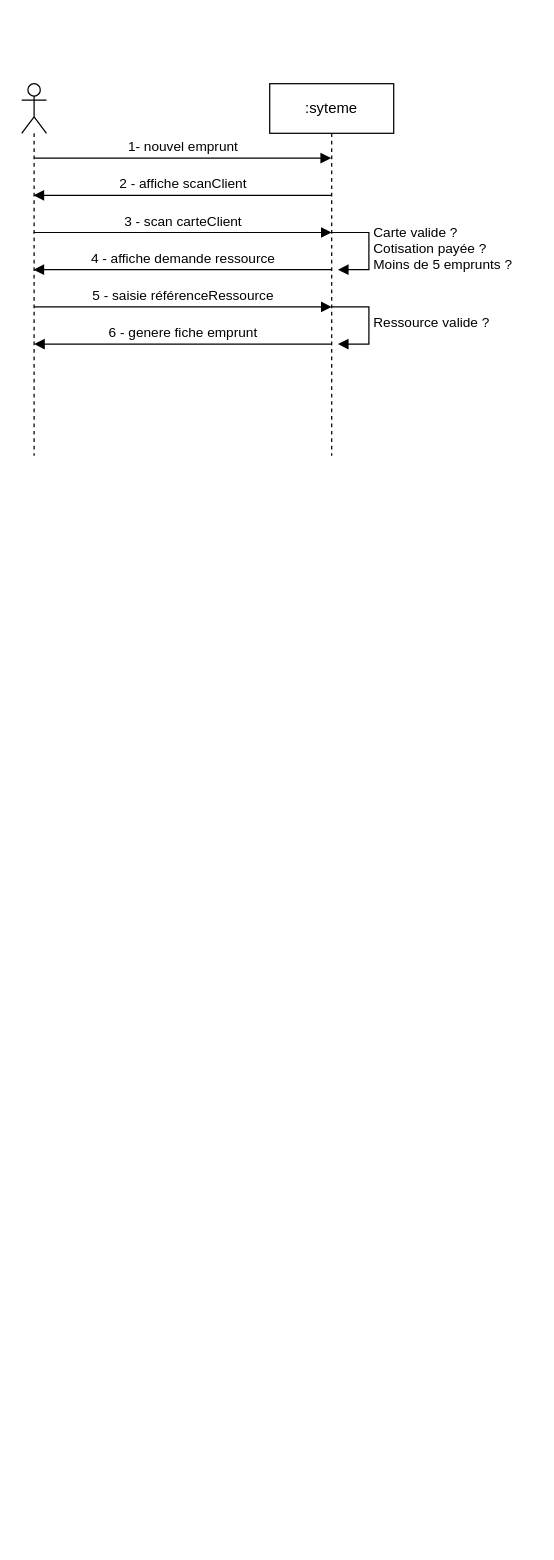
The draw.io diagram composants_interface/maquette/sequence.drawio in LdxPierre/CDAExercice, before the edit. Source tidied: cells renumbered, new cells numbered last; positions are measured from the earlier drawing's top-left corner, leaving out a move shared by most shapes. Both pictures are drawn from the tidied source at 124%, with x=0, y=0 at pixel (21, 83).
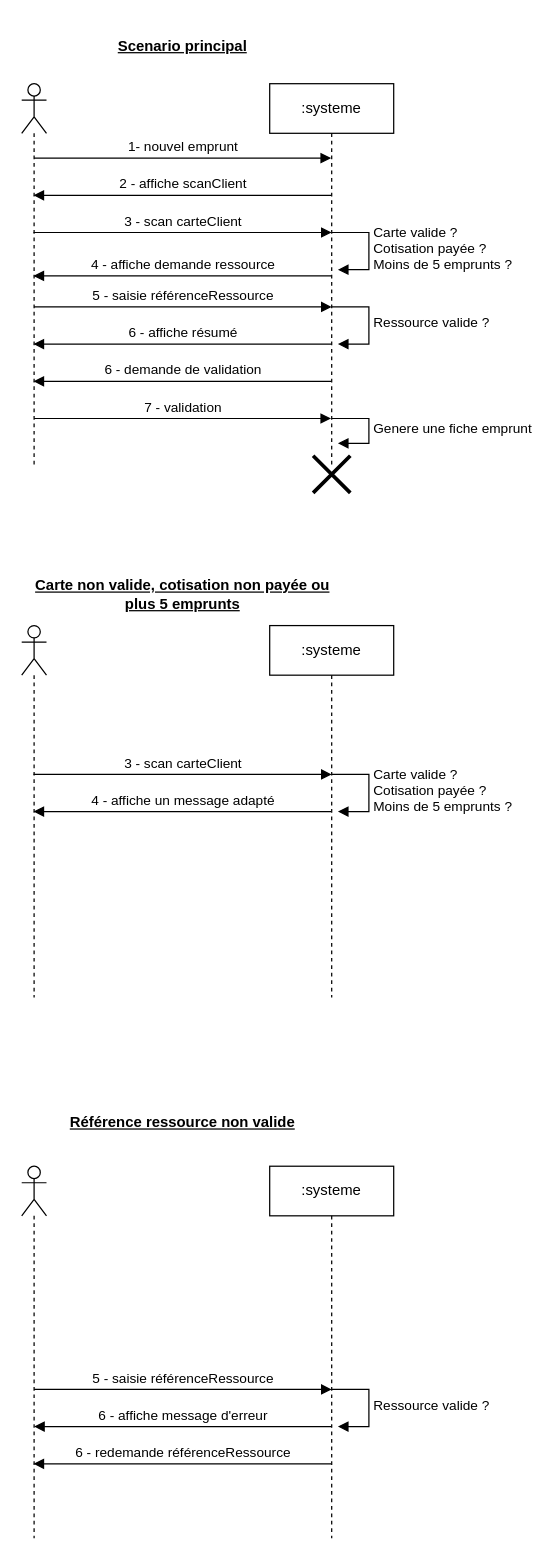
The same page after the edit.

Diff of the diagram source:
```diff
@@
-    <mxCell id="2" value=":syteme" style="shape=umlLifeline;perimeter=lifelinePerimeter;whiteSpace=wrap;html=1;outlineConnect=0;portConstraint=eastwest;newEdgeStyle={&quot;edgeStyle&quot;:&quot;elbowEdgeStyle&quot;,&quot;elbow&quot;:&quot;vertical&quot;,&quot;curved&quot;:0,&quot;rounded&quot;:0};" parent="1" vertex="1">
-      <mxGeometry x="200" width="100" height="300" as="geometry" />
+    <mxCell id="2" value=":systeme" style="shape=umlLifeline;perimeter=lifelinePerimeter;whiteSpace=wrap;html=1;outlineConnect=0;portConstraint=eastwest;newEdgeStyle={&quot;edgeStyle&quot;:&quot;elbowEdgeStyle&quot;,&quot;elbow&quot;:&quot;vertical&quot;,&quot;curved&quot;:0,&quot;rounded&quot;:0};" parent="1" vertex="1">
+      <mxGeometry x="200" width="100" height="310" as="geometry" />
     </mxCell>
     <mxCell id="3" style="shape=umlLifeline;perimeter=lifelinePerimeter;whiteSpace=wrap;html=1;outlineConnect=0;portConstraint=eastwest;newEdgeStyle={&quot;edgeStyle&quot;:&quot;elbowEdgeStyle&quot;,&quot;elbow&quot;:&quot;vertical&quot;,&quot;curved&quot;:0,&quot;rounded&quot;:0};participant=umlActor;" parent="1" vertex="1">
-      <mxGeometry width="20" height="300" as="geometry" />
+      <mxGeometry width="20" height="310" as="geometry" />
     </mxCell>
@@
     <mxCell id="8" value="4 - affiche demande ressource" style="html=1;verticalAlign=bottom;endArrow=block;edgeStyle=elbowEdgeStyle;elbow=vertical;curved=0;rounded=0;" parent="1" edge="1" source="2" target="3">
-      <mxGeometry relative="1" as="geometry" />
+      <mxGeometry relative="1" as="geometry">
+        <Array as="points">
+          <mxPoint x="230" y="150" />
+        </Array>
+      </mxGeometry>
     </mxCell>
@@
-    <mxCell id="11" value="6 - genere fiche emprunt" style="html=1;verticalAlign=bottom;endArrow=block;edgeStyle=elbowEdgeStyle;elbow=vertical;curved=0;rounded=0;" parent="1" edge="1">
-      <mxGeometry relative="1" as="geometry">
-        <mxPoint x="250" y="210" as="sourcePoint" />
-        <mxPoint x="10" y="210" as="targetPoint" />
-        <Array as="points">
-          <mxPoint x="130" y="210" />
-        </Array>
-      </mxGeometry>
-    </mxCell>
+    <mxCell id="12" value=":systeme" style="shape=umlLifeline;perimeter=lifelinePerimeter;whiteSpace=wrap;html=1;outlineConnect=0;portConstraint=eastwest;newEdgeStyle={&quot;edgeStyle&quot;:&quot;elbowEdgeStyle&quot;,&quot;elbow&quot;:&quot;vertical&quot;,&quot;curved&quot;:0,&quot;rounded&quot;:0};" parent="1" vertex="1">
+      <mxGeometry x="200" y="437" width="100" height="300" as="geometry" />
+    </mxCell>
+    <mxCell id="13" style="shape=umlLifeline;perimeter=lifelinePerimeter;whiteSpace=wrap;html=1;outlineConnect=0;portConstraint=eastwest;newEdgeStyle={&quot;edgeStyle&quot;:&quot;elbowEdgeStyle&quot;,&quot;elbow&quot;:&quot;vertical&quot;,&quot;curved&quot;:0,&quot;rounded&quot;:0};participant=umlActor;" parent="1" vertex="1">
+      <mxGeometry y="437" width="20" height="300" as="geometry" />
+    </mxCell>
+    <mxCell id="14" value="3 - scan carteClient" style="html=1;verticalAlign=bottom;endArrow=block;edgeStyle=elbowEdgeStyle;elbow=vertical;curved=0;rounded=0;" parent="1" edge="1" source="13">
+      <mxGeometry relative="1" as="geometry">
+        <mxPoint x="250" y="557" as="targetPoint" />
+        <Array as="points">
+          <mxPoint x="110" y="557" />
+        </Array>
+      </mxGeometry>
+    </mxCell>
+    <mxCell id="15" value="&lt;div&gt;Carte valide ?&lt;/div&gt;&lt;div&gt;Cotisation payée ?&lt;br&gt;&lt;/div&gt;&lt;div&gt;Moins de 5 emprunts ?&lt;/div&gt;" style="html=1;align=left;spacingLeft=2;endArrow=block;rounded=0;edgeStyle=orthogonalEdgeStyle;curved=0;rounded=0;" parent="1" edge="1">
+      <mxGeometry relative="1" as="geometry">
+        <mxPoint x="250" y="557" as="sourcePoint" />
+        <mxPoint x="255" y="587" as="targetPoint" />
+        <Array as="points">
+          <mxPoint x="280" y="587" />
+        </Array>
+      </mxGeometry>
+    </mxCell>
+    <mxCell id="16" value="4 - affiche un message adapté" style="html=1;verticalAlign=bottom;endArrow=block;edgeStyle=elbowEdgeStyle;elbow=vertical;curved=0;rounded=0;" parent="1" edge="1" source="12" target="13">
+      <mxGeometry relative="1" as="geometry" />
+    </mxCell>
+    <mxCell id="17" value="Scenario principal" style="text;html=1;strokeColor=none;fillColor=none;align=center;verticalAlign=middle;whiteSpace=wrap;rounded=0;fontStyle=5;" parent="1" vertex="1">
+      <mxGeometry x="10" y="-50" width="240" height="40" as="geometry" />
+    </mxCell>
+    <mxCell id="18" value="Carte non valide, cotisation non payée ou plus 5 emprunts" style="text;html=1;strokeColor=none;fillColor=none;align=center;verticalAlign=middle;whiteSpace=wrap;rounded=0;fontStyle=5;" parent="1" vertex="1">
+      <mxGeometry y="397" width="260" height="30" as="geometry" />
+    </mxCell>
+    <mxCell id="19" value=":systeme" style="shape=umlLifeline;perimeter=lifelinePerimeter;whiteSpace=wrap;html=1;outlineConnect=0;portConstraint=eastwest;newEdgeStyle={&quot;edgeStyle&quot;:&quot;elbowEdgeStyle&quot;,&quot;elbow&quot;:&quot;vertical&quot;,&quot;curved&quot;:0,&quot;rounded&quot;:0};" parent="1" vertex="1">
+      <mxGeometry x="200" y="873" width="100" height="300" as="geometry" />
+    </mxCell>
+    <mxCell id="20" style="shape=umlLifeline;perimeter=lifelinePerimeter;whiteSpace=wrap;html=1;outlineConnect=0;portConstraint=eastwest;newEdgeStyle={&quot;edgeStyle&quot;:&quot;elbowEdgeStyle&quot;,&quot;elbow&quot;:&quot;vertical&quot;,&quot;curved&quot;:0,&quot;rounded&quot;:0};participant=umlActor;" parent="1" vertex="1">
+      <mxGeometry y="873" width="20" height="300" as="geometry" />
+    </mxCell>
+    <mxCell id="21" value="5 - saisie référenceRessource" style="html=1;verticalAlign=bottom;endArrow=block;edgeStyle=elbowEdgeStyle;elbow=vertical;curved=0;rounded=0;" parent="1" edge="1">
+      <mxGeometry relative="1" as="geometry">
+        <mxPoint x="10" y="1053" as="sourcePoint" />
+        <mxPoint x="250" y="1053" as="targetPoint" />
+        <Array as="points">
+          <mxPoint x="110" y="1053" />
+        </Array>
+      </mxGeometry>
+    </mxCell>
+    <mxCell id="22" value="Ressource valide ?" style="html=1;align=left;spacingLeft=2;endArrow=block;rounded=0;edgeStyle=orthogonalEdgeStyle;curved=0;rounded=0;" parent="1" edge="1">
+      <mxGeometry relative="1" as="geometry">
+        <mxPoint x="250" y="1053" as="sourcePoint" />
+        <mxPoint x="255" y="1083" as="targetPoint" />
+        <Array as="points">
+          <mxPoint x="280" y="1083" />
+        </Array>
+      </mxGeometry>
+    </mxCell>
+    <mxCell id="23" value="6 - affiche message d'erreur" style="html=1;verticalAlign=bottom;endArrow=block;edgeStyle=elbowEdgeStyle;elbow=vertical;curved=0;rounded=0;" parent="1" edge="1">
+      <mxGeometry relative="1" as="geometry">
+        <mxPoint x="250" y="1083" as="sourcePoint" />
+        <mxPoint x="10" y="1083" as="targetPoint" />
+        <Array as="points">
+          <mxPoint x="130" y="1083" />
+        </Array>
+      </mxGeometry>
+    </mxCell>
+    <mxCell id="24" value="Référence ressource non valide" style="text;html=1;strokeColor=none;fillColor=none;align=center;verticalAlign=middle;whiteSpace=wrap;rounded=0;fontStyle=5;" parent="1" vertex="1">
+      <mxGeometry y="823" width="260" height="30" as="geometry" />
+    </mxCell>
+    <mxCell id="25" value="6 - redemande référenceRessource" style="html=1;verticalAlign=bottom;endArrow=block;edgeStyle=elbowEdgeStyle;elbow=vertical;curved=0;rounded=0;" parent="1" edge="1" source="19" target="20">
+      <mxGeometry relative="1" as="geometry">
+        <Array as="points">
+          <mxPoint x="125" y="1113" />
+        </Array>
+      </mxGeometry>
+    </mxCell>
+    <mxCell id="26" style="shape=umlDestroy;whiteSpace=wrap;html=1;strokeWidth=3;" parent="1" vertex="1">
+      <mxGeometry x="235" y="300" width="30" height="30" as="geometry" />
+    </mxCell>
+    <mxCell id="27" value="6 - affiche résumé" style="html=1;verticalAlign=bottom;endArrow=block;rounded=0;" parent="1" edge="1" source="2" target="3">
+      <mxGeometry relative="1" as="geometry">
+        <Array as="points">
+          <mxPoint x="190" y="210" />
+        </Array>
+      </mxGeometry>
+    </mxCell>
+    <mxCell id="28" value="6 - demande de validation" style="html=1;verticalAlign=bottom;endArrow=block;rounded=0;" parent="1" edge="1" source="2" target="3">
+      <mxGeometry relative="1" as="geometry">
+        <Array as="points">
+          <mxPoint x="230" y="240" />
+        </Array>
+      </mxGeometry>
+    </mxCell>
+    <mxCell id="29" value="7 - validation" style="html=1;verticalAlign=bottom;endArrow=block;rounded=0;" parent="1" edge="1" target="2">
+      <mxGeometry relative="1" as="geometry">
+        <mxPoint x="10" y="270" as="sourcePoint" />
+      </mxGeometry>
+    </mxCell>
+    <mxCell id="30" value="Genere une fiche emprunt" style="edgeStyle=orthogonalEdgeStyle;html=1;align=left;spacingLeft=2;endArrow=block;rounded=0;entryX=1;entryY=0;" parent="1" edge="1">
+      <mxGeometry relative="1" as="geometry">
+        <mxPoint x="250" y="270" as="sourcePoint" />
+        <mxPoint x="255" y="290" as="targetPoint" />
+        <Array as="points">
+          <mxPoint x="280" y="270" />
+        </Array>
+      </mxGeometry>
+    </mxCell>
```
